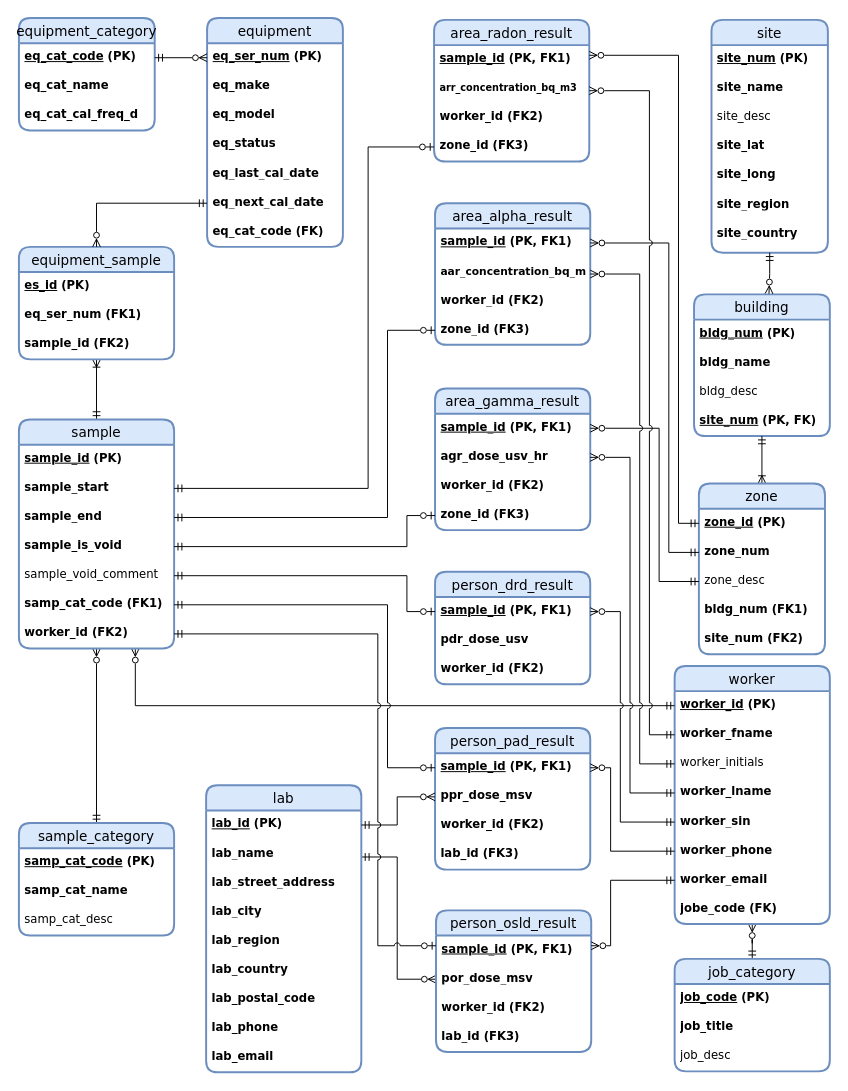
This is images/erd-2.drawio from harnettd/radiation-protection-db, a draw.io file, before an edit. Source tidied: cells renumbered, new cells numbered last; positions are measured from the earlier drawing's top-left corner, leaving out a move shared by most shapes. Both pictures are drawn from the tidied source at 97%, with x=0, y=0 at pixel (18, 17).
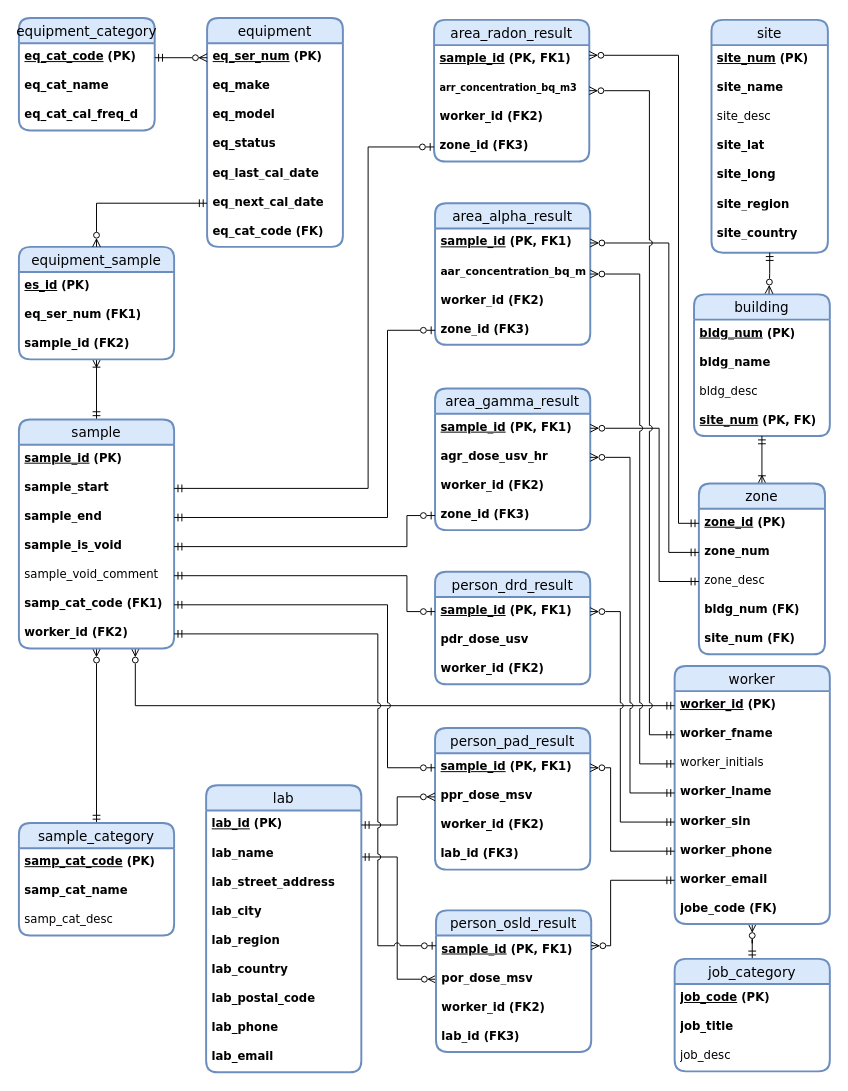
The same page after the edit.

Commit message (it also covers changes not shown here):
fix typo in logical erd

Unchanged cells that the change refers to:
```xml
<mxCell id="30" value="zone" style="swimlane;fontStyle=0;horizontal=1;startSize=26;align=center;fontSize=14;fontFamily=Verdana;fillColor=#dae8fc;strokeColor=#6c8ebf;strokeWidth=2;rounded=1;shadow=0;glass=0;perimeterSpacing=0;" parent="1" vertex="1">
  <mxGeometry x="701" y="480" width="130" height="176" as="geometry" />
</mxCell>
```

Diff of the diagram source:
```diff
@@
-    <mxCell id="34" value="&lt;b&gt;bldg_num (FK1)&lt;/b&gt;&amp;nbsp;" style="text;strokeColor=none;fillColor=none;spacingLeft=4;spacingRight=4;overflow=hidden;whiteSpace=wrap;html=1;fontFamily=Verdana;" parent="30" vertex="1">
+    <mxCell id="34" value="&lt;b&gt;bldg_num (FK)&lt;/b&gt;&amp;nbsp;" style="text;strokeColor=none;fillColor=none;spacingLeft=4;spacingRight=4;overflow=hidden;whiteSpace=wrap;html=1;fontFamily=Verdana;" parent="30" vertex="1">
       <mxGeometry y="116" width="130" height="30" as="geometry" />
     </mxCell>
-    <mxCell id="35" value="&lt;b&gt;site_num (FK2)&lt;/b&gt;" style="text;strokeColor=none;fillColor=none;spacingLeft=4;spacingRight=4;overflow=hidden;whiteSpace=wrap;html=1;fontFamily=Verdana;" parent="30" vertex="1">
+    <mxCell id="35" value="&lt;b&gt;site_num (FK)&lt;/b&gt;" style="text;strokeColor=none;fillColor=none;spacingLeft=4;spacingRight=4;overflow=hidden;whiteSpace=wrap;html=1;fontFamily=Verdana;" parent="30" vertex="1">
       <mxGeometry y="146" width="130" height="30" as="geometry" />
     </mxCell>
```
